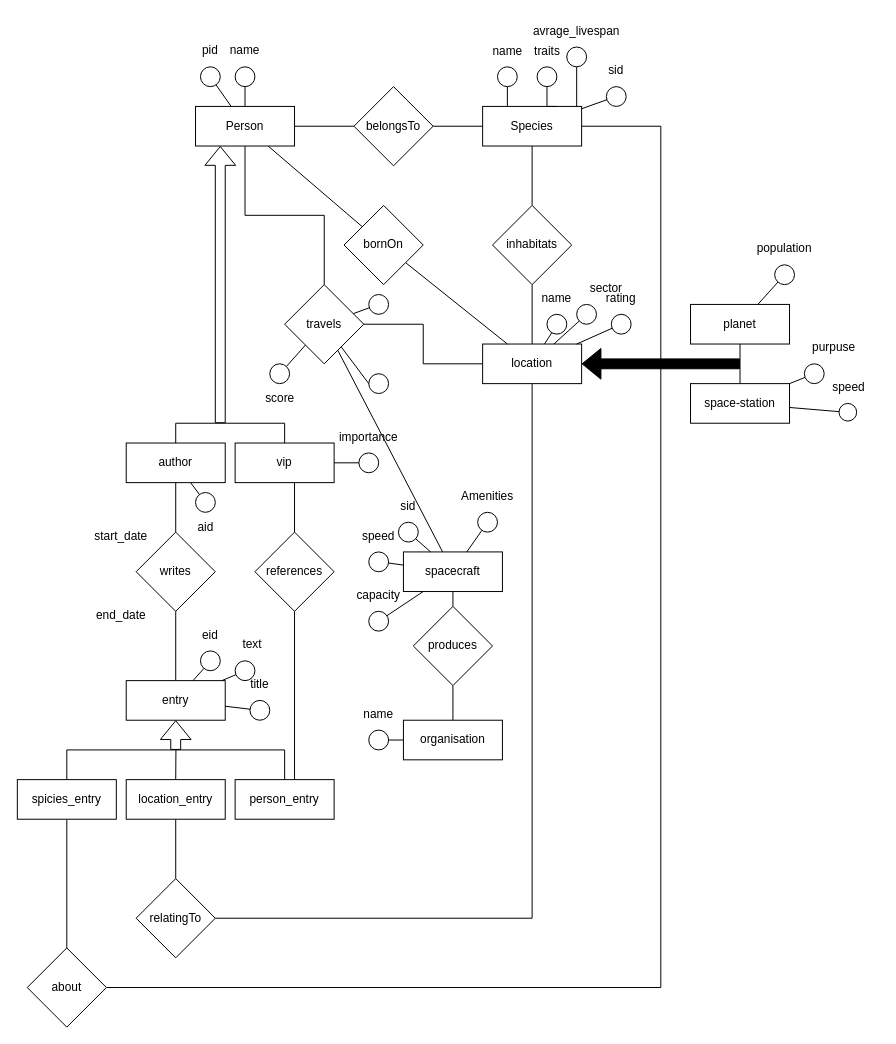
Above: er-introduction-to-db.drawio in MassimiIiano/hhgttg-db (draw.io), before the change. Source tidied: cells renumbered, new cells numbered last; positions are measured from the earlier drawing's top-left corner, leaving out a move shared by most shapes. Both pictures are drawn from the tidied source at 99%, with x=0, y=0 at pixel (17, 17).
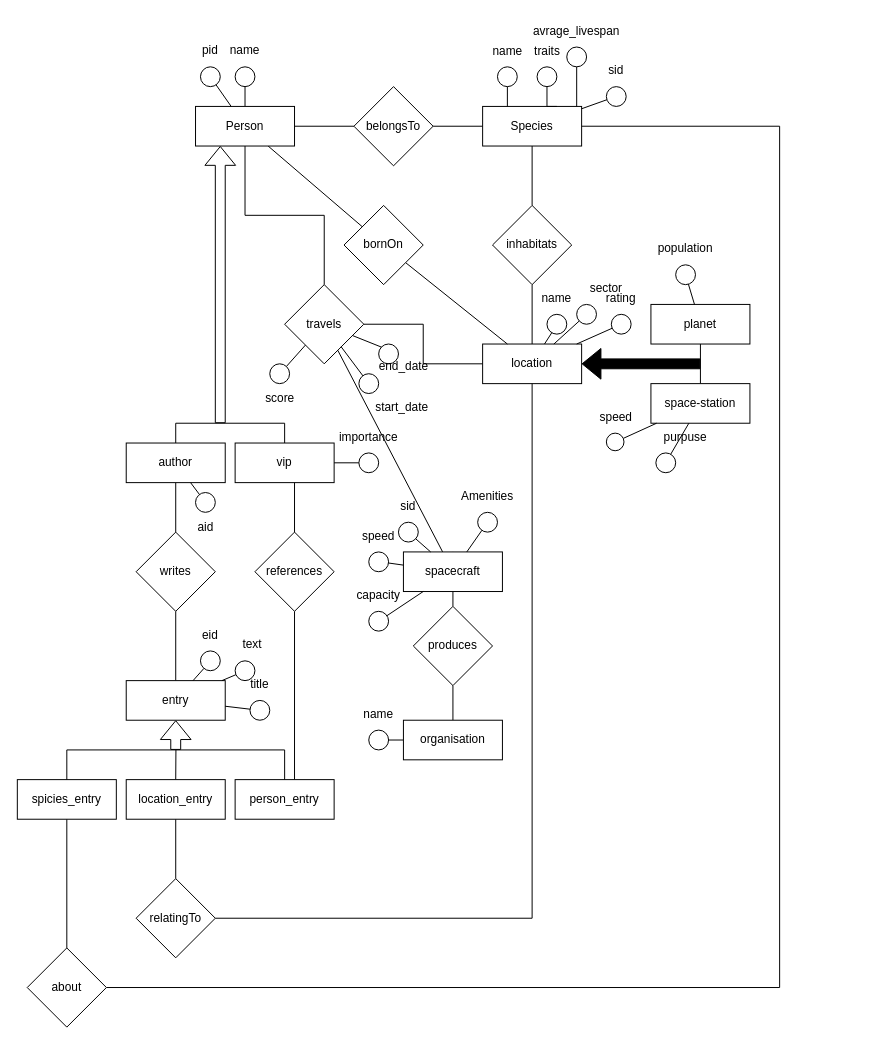
The same page after the edit.

The change refers to these unchanged cells:
```xml
<mxCell id="8" value="Species" style="whiteSpace=wrap;html=1;align=center;rounded=0;strokeColor=default;verticalAlign=middle;fontFamily=Helvetica;fontSize=12;fontColor=default;fillColor=default;" parent="1" vertex="1">
  <mxGeometry x="470" y="90" width="100" height="40" as="geometry" />
</mxCell>
<mxCell id="11" value="location" style="whiteSpace=wrap;html=1;align=center;rounded=0;strokeColor=default;verticalAlign=middle;fontFamily=Helvetica;fontSize=12;fontColor=default;fillColor=default;" parent="1" vertex="1">
  <mxGeometry x="470" y="330" width="100" height="40" as="geometry" />
</mxCell>
<mxCell id="52" value="travels" style="rhombus;whiteSpace=wrap;html=1;rounded=0;" parent="1" vertex="1">
  <mxGeometry x="270" y="270" width="80" height="80" as="geometry" />
</mxCell>
<mxCell id="95" value="about" style="rhombus;whiteSpace=wrap;html=1;rounded=0;" parent="1" vertex="1">
  <mxGeometry x="10" y="940" width="80" height="80" as="geometry" />
</mxCell>
```

Diff of the diagram source:
```diff
@@
-    <mxCell id="53" value="start_date" style="group;" parent="1" vertex="1">
-      <mxGeometry x="80" y="510" width="50" height="50" as="geometry" />
-    </mxCell>
-    <mxCell id="54" style="ellipse;whiteSpace=wrap;html=1;rounded=0;strokeColor=default;align=center;verticalAlign=middle;fontFamily=Helvetica;fontSize=12;fontColor=default;labelBackgroundColor=default;fillColor=default;" parent="53" vertex="1">
-      <mxGeometry x="275" y="-230" width="20" height="20" as="geometry" />
-    </mxCell>
-    <mxCell id="55" value="end_date" style="group;" parent="1" vertex="1">
-      <mxGeometry x="80" y="590" width="50" height="50" as="geometry" />
-    </mxCell>
-    <mxCell id="56" style="ellipse;whiteSpace=wrap;html=1;rounded=0;strokeColor=default;align=center;verticalAlign=middle;fontFamily=Helvetica;fontSize=12;fontColor=default;labelBackgroundColor=default;fillColor=default;" parent="55" vertex="1">
-      <mxGeometry x="275" y="-230" width="20" height="20" as="geometry" />
-    </mxCell>
-    <mxCell id="57" style="edgeStyle=none;rounded=0;jettySize=auto;html=1;exitX=0;exitY=0.5;exitDx=0;exitDy=0;strokeColor=default;align=center;verticalAlign=middle;fontFamily=Helvetica;fontSize=12;fontColor=default;labelBackgroundColor=default;endArrow=none;endFill=0;" parent="1" edge="1" source="56" target="52">
-      <mxGeometry relative="1" as="geometry" />
+    <mxCell id="57" style="edgeStyle=none;rounded=0;jettySize=auto;html=1;exitX=0;exitY=0.5;exitDx=0;exitDy=0;strokeColor=default;align=center;verticalAlign=middle;fontFamily=Helvetica;fontSize=12;fontColor=default;labelBackgroundColor=default;endArrow=none;endFill=0;" parent="1" edge="1" target="52">
+      <mxGeometry relative="1" as="geometry">
+        <mxPoint x="355" y="370" as="sourcePoint" />
+      </mxGeometry>
     </mxCell>
@@
-    <mxCell id="68" style="edgeStyle=none;rounded=0;jettySize=auto;html=1;strokeColor=default;align=center;verticalAlign=middle;fontFamily=Helvetica;fontSize=12;fontColor=default;labelBackgroundColor=default;endArrow=none;endFill=0;" parent="1" edge="1" source="54" target="52">
+    <mxCell id="68" style="edgeStyle=none;rounded=0;jettySize=auto;html=1;strokeColor=default;align=center;verticalAlign=middle;fontFamily=Helvetica;fontSize=12;fontColor=default;labelBackgroundColor=default;endArrow=none;endFill=0;exitX=1;exitY=0.5;exitDx=0;exitDy=0;" parent="1" edge="1" source="129" target="52">
       <mxGeometry relative="1" as="geometry" />
     </mxCell>
@@
     <mxCell id="94" style="edgeStyle=none;rounded=0;jettySize=auto;html=1;strokeColor=default;align=center;verticalAlign=middle;fontFamily=Helvetica;fontSize=12;fontColor=default;labelBackgroundColor=default;endArrow=none;endFill=0;" parent="1" edge="1" source="95" target="8">
       <mxGeometry relative="1" as="geometry">
         <Array as="points">
-          <mxPoint x="650" y="980" />
-          <mxPoint x="650" y="110" />
+          <mxPoint x="770" y="980" />
+          <mxPoint x="770" y="110" />
         </Array>
       </mxGeometry>
     </mxCell>
@@
     <mxCell id="116" value="planet" style="whiteSpace=wrap;html=1;align=center;rounded=0;strokeColor=default;verticalAlign=middle;fontFamily=Helvetica;fontSize=12;fontColor=default;fillColor=default;" parent="1" vertex="1">
-      <mxGeometry x="680" y="290" width="100" height="40" as="geometry" />
+      <mxGeometry x="640" y="290" width="100" height="40" as="geometry" />
     </mxCell>
     <mxCell id="117" value="space-station" style="whiteSpace=wrap;html=1;align=center;rounded=0;strokeColor=default;verticalAlign=middle;fontFamily=Helvetica;fontSize=12;fontColor=default;fillColor=default;" parent="1" vertex="1">
-      <mxGeometry x="680" y="370" width="100" height="40" as="geometry" />
+      <mxGeometry x="640" y="370" width="100" height="40" as="geometry" />
     </mxCell>
     <mxCell id="118" style="shape=flexArrow;endArrow=classic;html=1;rounded=0;fillColor=#000000;" parent="1" edge="1" target="11">
       <mxGeometry relative="1" as="geometry">
-        <mxPoint x="730" y="350" as="sourcePoint" />
+        <mxPoint x="690" y="350" as="sourcePoint" />
       </mxGeometry>
     </mxCell>
     <mxCell id="119" value="purpuse" style="group;" parent="1" vertex="1">
-      <mxGeometry x="780" y="320" width="90" height="100" as="geometry" />
+      <mxGeometry x="630" y="410" width="90" height="100" as="geometry" />
     </mxCell>
@@
-    <mxCell id="121" value="speed" style="group;" parent="119" vertex="1">
-      <mxGeometry x="35" y="40" width="50" height="50" as="geometry" />
-    </mxCell>
-    <mxCell id="122" style="ellipse;whiteSpace=wrap;html=1;rounded=0;strokeColor=default;align=center;verticalAlign=middle;fontFamily=Helvetica;fontSize=12;fontColor=default;labelBackgroundColor=default;fillColor=default;" parent="121" vertex="1">
-      <mxGeometry x="15" y="30" width="17.8" height="17.8" as="geometry" />
-    </mxCell>
@@
     <mxCell id="125" value="population" style="group;" parent="1" vertex="1">
-      <mxGeometry x="750" y="220" width="50" height="50" as="geometry" />
+      <mxGeometry x="650" y="220" width="50" height="50" as="geometry" />
     </mxCell>
@@
+    <mxCell id="53" value="start_date" style="text;whiteSpace=wrap;html=1;" parent="1" vertex="1">
+      <mxGeometry x="360" y="380" width="90" height="40" as="geometry" />
+    </mxCell>
+    <mxCell id="128" style="ellipse;whiteSpace=wrap;html=1;rounded=0;strokeColor=default;align=center;verticalAlign=middle;fontFamily=Helvetica;fontSize=12;fontColor=default;labelBackgroundColor=default;fillColor=default;" parent="1" vertex="1">
+      <mxGeometry x="345" y="360" width="20" height="20" as="geometry" />
+    </mxCell>
+    <mxCell id="129" style="ellipse;whiteSpace=wrap;html=1;rounded=0;strokeColor=default;align=center;verticalAlign=middle;fontFamily=Helvetica;fontSize=12;fontColor=default;labelBackgroundColor=default;fillColor=default;" parent="1" vertex="1">
+      <mxGeometry x="365" y="330" width="20" height="20" as="geometry" />
+    </mxCell>
+    <mxCell id="55" value="end_date" style="text;html=1;align=center;verticalAlign=middle;strokeColor=none;fillColor=none;" parent="1" vertex="1">
+      <mxGeometry x="355" y="338" width="70" height="30" as="geometry" />
+    </mxCell>
+    <mxCell id="121" value="speed" style="group;" parent="1" vertex="1">
+      <mxGeometry x="580" y="390" width="50" height="50" as="geometry" />
+    </mxCell>
+    <mxCell id="122" style="ellipse;whiteSpace=wrap;html=1;rounded=0;strokeColor=default;align=center;verticalAlign=middle;fontFamily=Helvetica;fontSize=12;fontColor=default;labelBackgroundColor=default;fillColor=default;" parent="121" vertex="1">
+      <mxGeometry x="15" y="30" width="17.8" height="17.8" as="geometry" />
+    </mxCell>
```
